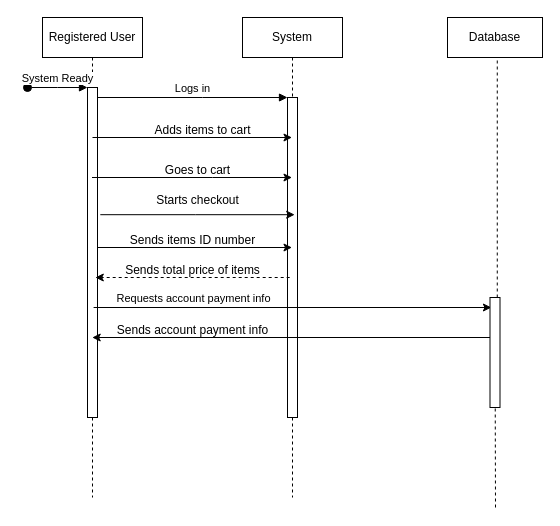
Above: Use Case Diagrams/CheckoutSequenceDiagram.drawio in gavinbarry60/group8 (draw.io), before the change. Source tidied: cells renumbered, new cells numbered last; positions are measured from the earlier drawing's top-left corner, leaving out a move shared by most shapes. Both pictures are drawn from the tidied source at 100%, with x=0, y=0 at pixel (27, 17).
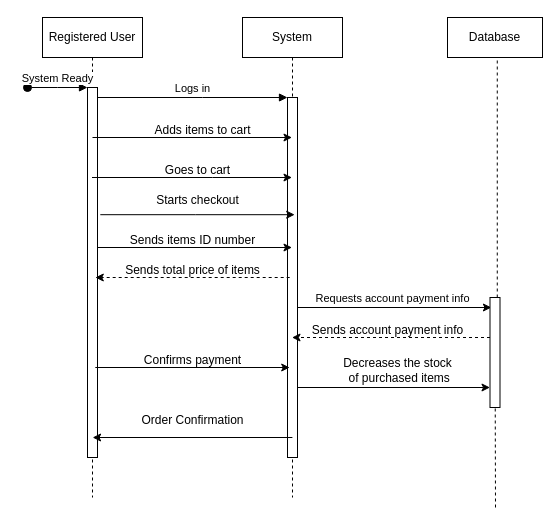
After the change.

The change refers to these unchanged cells:
```xml
<mxCell id="2" value="Registered User" style="shape=umlLifeline;perimeter=lifelinePerimeter;whiteSpace=wrap;html=1;outlineConnect=0;portConstraint=eastwest;newEdgeStyle={&quot;edgeStyle&quot;:&quot;elbowEdgeStyle&quot;,&quot;elbow&quot;:&quot;vertical&quot;,&quot;curved&quot;:0,&quot;rounded&quot;:0};" parent="1" vertex="1">
  <mxGeometry x="15" width="100" height="480" as="geometry" />
</mxCell>
<mxCell id="5" value="System" style="shape=umlLifeline;perimeter=lifelinePerimeter;whiteSpace=wrap;html=1;outlineConnect=0;portConstraint=eastwest;newEdgeStyle={&quot;edgeStyle&quot;:&quot;elbowEdgeStyle&quot;,&quot;elbow&quot;:&quot;vertical&quot;,&quot;curved&quot;:0,&quot;rounded&quot;:0};" parent="1" vertex="1">
  <mxGeometry x="215" width="100" height="480" as="geometry" />
</mxCell>
```

Change to the diagram source:
```diff
@@
     <mxCell id="3" style="html=1;points=[];perimeter=orthogonalPerimeter;outlineConnect=0;targetShapes=umlLifeline;portConstraint=eastwest;newEdgeStyle={&quot;edgeStyle&quot;:&quot;elbowEdgeStyle&quot;,&quot;elbow&quot;:&quot;vertical&quot;,&quot;curved&quot;:0,&quot;rounded&quot;:0};" parent="2" vertex="1">
-      <mxGeometry x="45" y="70" width="10" height="330" as="geometry" />
+      <mxGeometry x="45" y="70" width="10" height="370" as="geometry" />
     </mxCell>
@@
     <mxCell id="6" style="html=1;points=[];perimeter=orthogonalPerimeter;outlineConnect=0;targetShapes=umlLifeline;portConstraint=eastwest;newEdgeStyle={&quot;edgeStyle&quot;:&quot;elbowEdgeStyle&quot;,&quot;elbow&quot;:&quot;vertical&quot;,&quot;curved&quot;:0,&quot;rounded&quot;:0};" parent="5" vertex="1">
-      <mxGeometry x="45" y="80" width="10" height="320" as="geometry" />
+      <mxGeometry x="45" y="80" width="10" height="360" as="geometry" />
     </mxCell>
@@
-    <mxCell id="20" style="endArrow=classic;html=1;rounded=0;" parent="1" edge="1">
+    <mxCell id="20" style="endArrow=classic;html=1;rounded=0;" parent="1" edge="1" source="6">
       <mxGeometry relative="1" as="geometry">
-        <mxPoint x="66.1" y="290" as="sourcePoint" />
         <mxPoint x="463.9" y="290" as="targetPoint" />
       </mxGeometry>
     </mxCell>
     <mxCell id="21" value="Requests account payment info" style="edgeLabel;html=1;align=center;verticalAlign=middle;" parent="20" vertex="1">
       <mxGeometry x="-0.17" y="2" relative="1" as="geometry">
-        <mxPoint x="-66" y="-8" as="offset" />
+        <mxPoint x="14" y="-8" as="offset" />
       </mxGeometry>
     </mxCell>
@@
-    <mxCell id="24" style="endArrow=classic;html=1;rounded=0;" parent="1" edge="1">
+    <mxCell id="24" style="endArrow=classic;html=1;rounded=0;dashed=1;" parent="1" edge="1" target="5">
       <mxGeometry relative="1" as="geometry">
         <mxPoint x="462.5" y="320" as="sourcePoint" />
-        <mxPoint x="64.7" y="320" as="targetPoint" />
       </mxGeometry>
     </mxCell>
     <mxCell id="25" value="Sends account payment info" style="text;html=1;align=center;verticalAlign=middle;strokeColor=none;fillColor=none;" parent="1" vertex="1">
-      <mxGeometry x="80" y="298" width="170" height="30" as="geometry" />
+      <mxGeometry x="275" y="298" width="170" height="30" as="geometry" />
     </mxCell>
+    <mxCell id="26" style="endArrow=classic;html=1;rounded=0;" parent="1" edge="1">
+      <mxGeometry relative="1" as="geometry">
+        <mxPoint x="67.8" y="350" as="sourcePoint" />
+        <mxPoint x="262.2" y="350" as="targetPoint" />
+      </mxGeometry>
+    </mxCell>
+    <mxCell id="27" value="Confirms payment" style="text;html=1;align=center;verticalAlign=middle;strokeColor=none;fillColor=none;" parent="1" vertex="1">
+      <mxGeometry x="105" y="328" width="120" height="30" as="geometry" />
+    </mxCell>
+    <mxCell id="28" style="endArrow=classic;html=1;rounded=0;" parent="1" edge="1">
+      <mxGeometry relative="1" as="geometry">
+        <mxPoint x="270" y="370" as="sourcePoint" />
+        <mxPoint x="462.5" y="370" as="targetPoint" />
+      </mxGeometry>
+    </mxCell>
+    <mxCell id="29" value="Decreases the stock&lt;div&gt;&amp;nbsp;of purchased items&lt;/div&gt;" style="text;html=1;align=center;verticalAlign=middle;strokeColor=none;fillColor=none;" parent="1" vertex="1">
+      <mxGeometry x="305" y="333" width="130" height="40" as="geometry" />
+    </mxCell>
+    <mxCell id="30" style="endArrow=classic;html=1;rounded=0;" parent="1" edge="1">
+      <mxGeometry relative="1" as="geometry">
+        <mxPoint x="264.9" y="420" as="sourcePoint" />
+        <mxPoint x="65.1" y="420" as="targetPoint" />
+      </mxGeometry>
+    </mxCell>
+    <mxCell id="31" value="Order Confirmation" style="text;html=1;align=center;verticalAlign=middle;strokeColor=none;fillColor=none;" parent="1" vertex="1">
+      <mxGeometry x="100" y="388" width="130" height="30" as="geometry" />
+    </mxCell>
```
